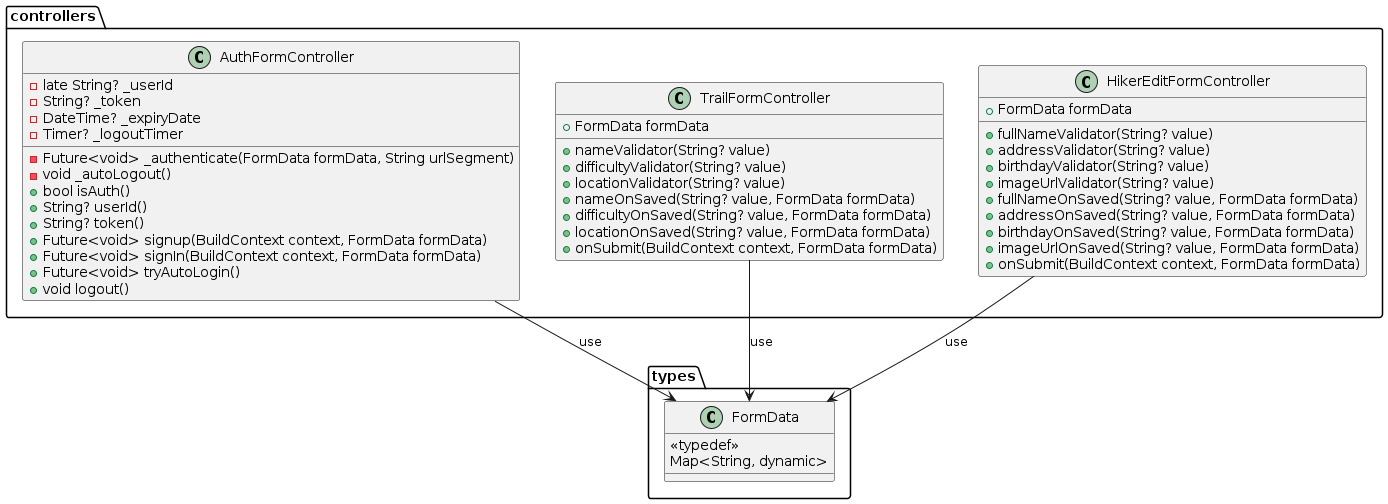
Above: docs/diagrams/out/pe_na_pedra_class_diagram_4.png in tiagors09/pe_na_pedra (PlantUML), before the change.
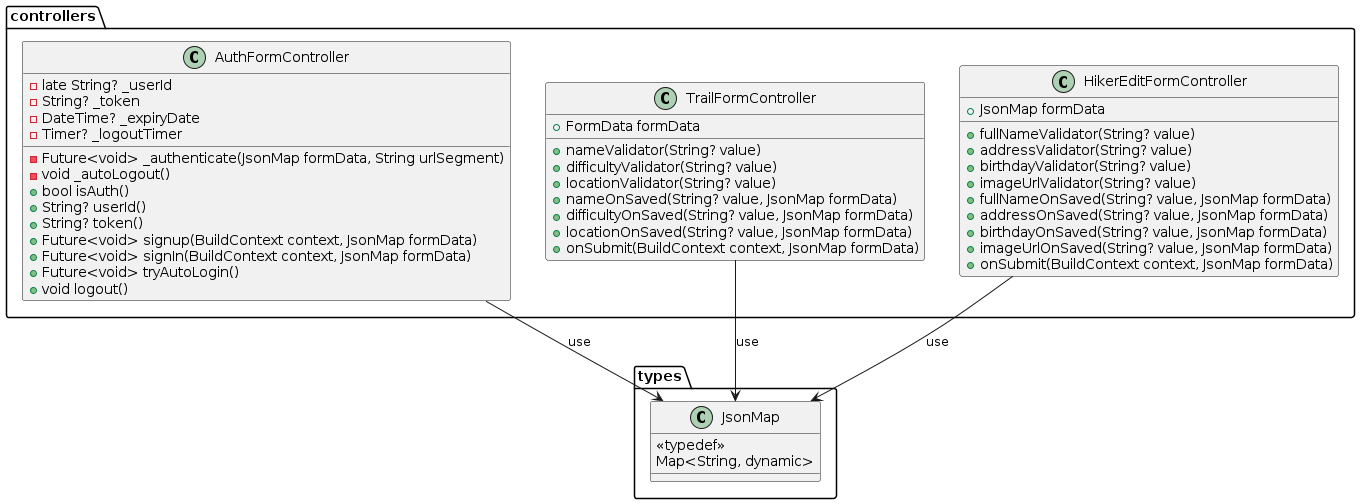
After the commit.

Commit message:
docs: :memo: export class diagram 4

What changed in the source:
```diff
@@ -1,6 +1,6 @@
 @startuml pe_na_pedra_class_diagram_4
 package types {
-  class FormData {
+  class JsonMap {
     <<typedef>>
     Map<String, dynamic>
   }
@@ -13,13 +13,13 @@
     - DateTime? _expiryDate
     - Timer? _logoutTimer
 
-    - Future<void> _authenticate(FormData formData, String urlSegment)
+    - Future<void> _authenticate(JsonMap formData, String urlSegment)
     - void _autoLogout()
     + bool isAuth()
     + String? userId()
     + String? token()
-    + Future<void> signup(BuildContext context, FormData formData)
-    + Future<void> signIn(BuildContext context, FormData formData)
+    + Future<void> signup(BuildContext context, JsonMap formData)
+    + Future<void> signIn(BuildContext context, JsonMap formData)
     + Future<void> tryAutoLogin()
     + void logout()
   }
@@ -29,27 +29,27 @@
     + nameValidator(String? value)
     + difficultyValidator(String? value)
     + locationValidator(String? value)
-    + nameOnSaved(String? value, FormData formData)
-    + difficultyOnSaved(String? value, FormData formData)
-    + locationOnSaved(String? value, FormData formData)
-    + onSubmit(BuildContext context, FormData formData)
+    + nameOnSaved(String? value, JsonMap formData)
+    + difficultyOnSaved(String? value, JsonMap formData)
+    + locationOnSaved(String? value, JsonMap formData)
+    + onSubmit(BuildContext context, JsonMap formData)
   }
 
   class HikerEditFormController {
-    + FormData formData
+    + JsonMap formData
     + fullNameValidator(String? value)
     + addressValidator(String? value)
     + birthdayValidator(String? value)
     + imageUrlValidator(String? value)
-    + fullNameOnSaved(String? value, FormData formData)
-    + addressOnSaved(String? value, FormData formData)
-    + birthdayOnSaved(String? value, FormData formData)
-    + imageUrlOnSaved(String? value, FormData formData)
-    + onSubmit(BuildContext context, FormData formData)
+    + fullNameOnSaved(String? value, JsonMap formData)
+    + addressOnSaved(String? value, JsonMap formData)
+    + birthdayOnSaved(String? value, JsonMap formData)
+    + imageUrlOnSaved(String? value, JsonMap formData)
+    + onSubmit(BuildContext context, JsonMap formData)
   }
 }
 
-TrailFormController --> FormData : use
-HikerEditFormController --> FormData : use
-AuthFormController --> FormData : use
+TrailFormController --> JsonMap : use
+HikerEditFormController --> JsonMap : use
+AuthFormController --> JsonMap : use
 @enduml
```
